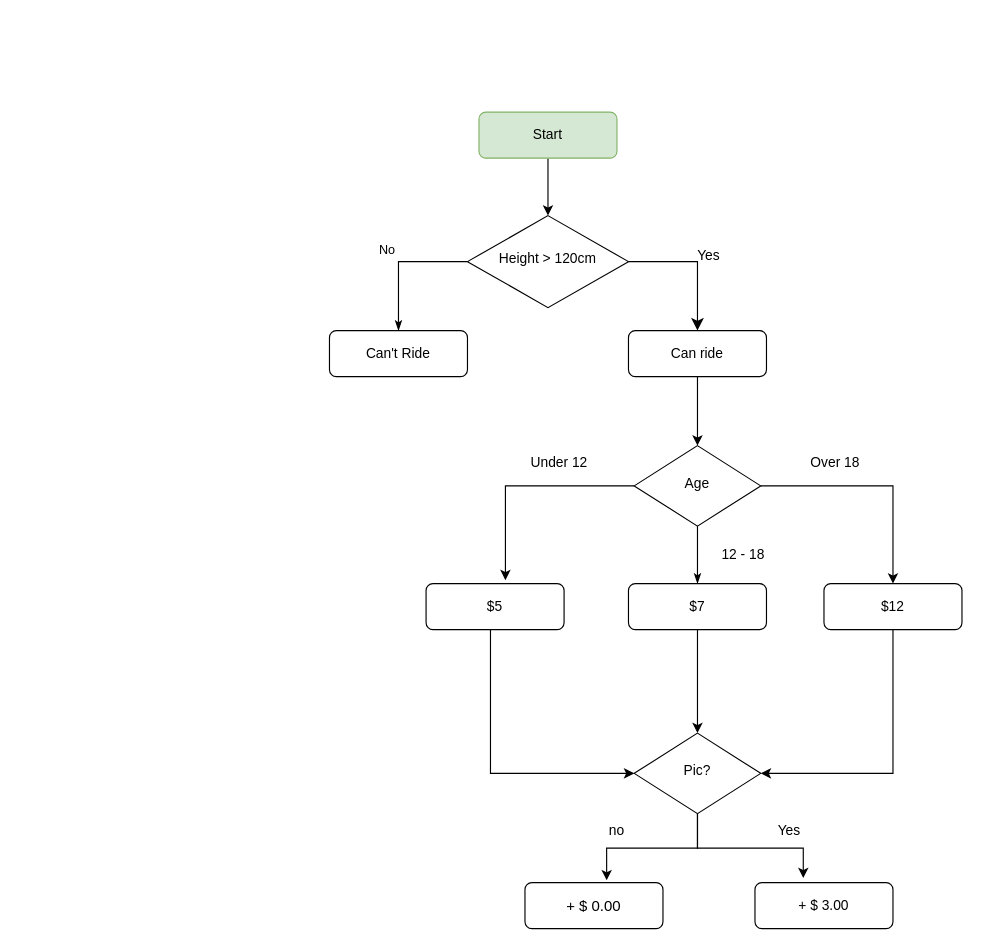
Above: Documents/PythonPizza.drawio in AruGarcia/100DaysOfCode (draw.io), before the change. Source tidied: cells renumbered, new cells numbered last; positions are measured from the earlier drawing's top-left corner, leaving out a move shared by most shapes. Both pictures are drawn from the tidied source at 115%, with x=0, y=0 at pixel (329, 112).
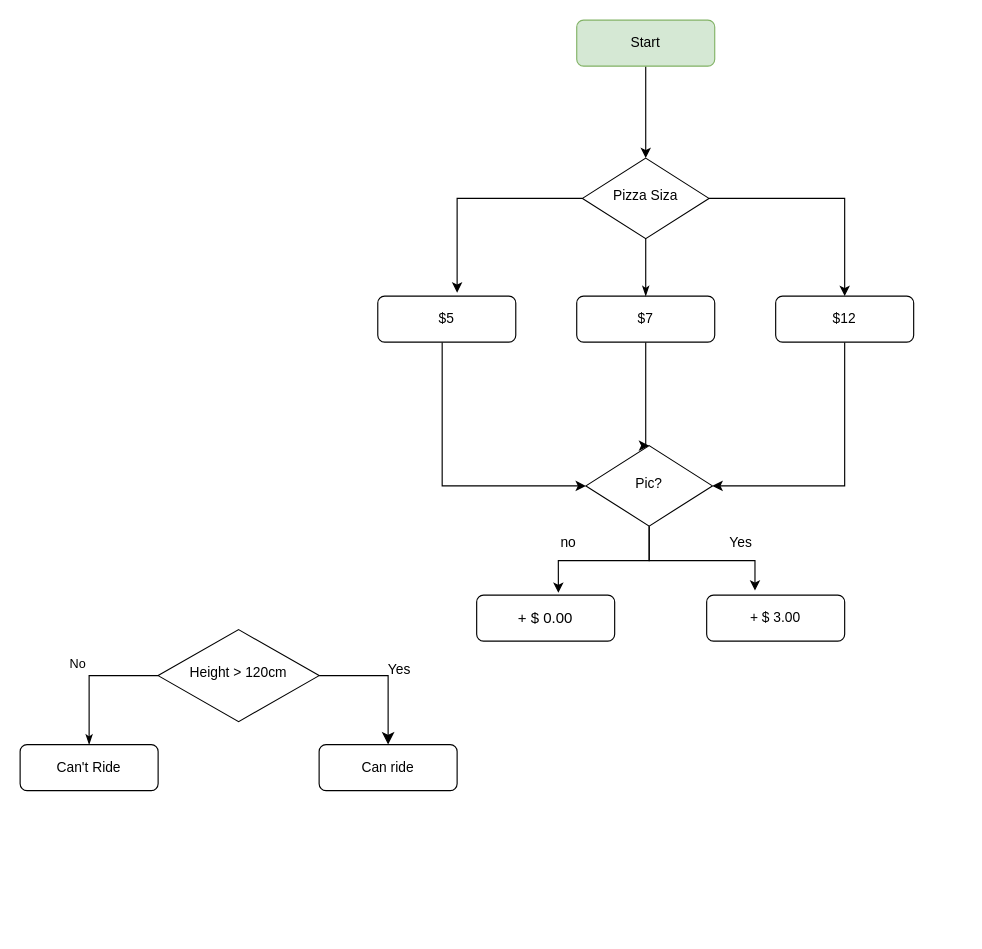
After the change.

Diff of the diagram source:
```diff
@@
-    <mxCell id="2" style="edgeStyle=orthogonalEdgeStyle;rounded=0;jettySize=auto;html=1;entryX=0.5;entryY=0;entryDx=0;entryDy=0;" parent="1" edge="1" source="3" target="5">
-      <mxGeometry relative="1" as="geometry" />
-    </mxCell>
+    <mxCell id="37" style="edgeStyle=orthogonalEdgeStyle;rounded=0;jettySize=auto;html=1;entryX=0.5;entryY=0;entryDx=0;entryDy=0;" parent="1" edge="1" source="3" target="8">
+      <mxGeometry relative="1" as="geometry" />
+    </mxCell>
     <mxCell id="3" value="Start" style="rounded=1;whiteSpace=wrap;html=1;fontSize=12;glass=0;strokeWidth=1;shadow=0;fillColor=#d5e8d4;strokeColor=#82b366;" parent="1" vertex="1">
-      <mxGeometry x="130" width="120" height="40" as="geometry" />
+      <mxGeometry x="215" y="-80" width="120" height="40" as="geometry" />
     </mxCell>
@@
     <mxCell id="5" value="Height &amp;gt; 120cm" style="rhombus;whiteSpace=wrap;html=1;shadow=0;fontFamily=Helvetica;fontSize=12;align=center;strokeWidth=1;spacing=6;spacingTop=-4;" parent="1" vertex="1">
-      <mxGeometry x="120" y="90" width="140" height="80" as="geometry" />
+      <mxGeometry x="-149" y="450" width="140" height="80" as="geometry" />
     </mxCell>
-    <mxCell id="6" style="edgeStyle=orthogonalEdgeStyle;rounded=0;jettySize=auto;html=1;entryX=0.5;entryY=0;entryDx=0;entryDy=0;endArrow=classic;endFill=1;" parent="1" edge="1" source="7" target="8">
-      <mxGeometry relative="1" as="geometry" />
-    </mxCell>
     <mxCell id="7" value="Can ride" style="rounded=1;whiteSpace=wrap;html=1;fontSize=12;glass=0;strokeWidth=1;shadow=0;" parent="1" vertex="1">
-      <mxGeometry x="260" y="190" width="120" height="40" as="geometry" />
+      <mxGeometry x="-9" y="550" width="120" height="40" as="geometry" />
     </mxCell>
-    <mxCell id="8" value="Age" style="rhombus;whiteSpace=wrap;html=1;shadow=0;fontFamily=Helvetica;fontSize=12;align=center;strokeWidth=1;spacing=6;spacingTop=-4;" parent="1" vertex="1">
-      <mxGeometry x="265" y="290" width="110" height="70" as="geometry" />
+    <mxCell id="8" value="Pizza Siza" style="rhombus;whiteSpace=wrap;html=1;shadow=0;fontFamily=Helvetica;fontSize=12;align=center;strokeWidth=1;spacing=6;spacingTop=-4;" parent="1" vertex="1">
+      <mxGeometry x="220" y="40" width="110" height="70" as="geometry" />
     </mxCell>
     <mxCell id="9" style="edgeStyle=orthogonalEdgeStyle;rounded=0;jettySize=auto;html=1;entryX=0;entryY=0.5;entryDx=0;entryDy=0;endArrow=classic;endFill=1;" parent="1" edge="1" source="10" target="19">
       <mxGeometry relative="1" as="geometry">
         <Array as="points">
-          <mxPoint x="140" y="575" />
+          <mxPoint x="98" y="325" />
         </Array>
       </mxGeometry>
     </mxCell>
     <mxCell id="10" value="$5" style="rounded=1;whiteSpace=wrap;html=1;fontSize=12;glass=0;strokeWidth=1;shadow=0;" parent="1" vertex="1">
-      <mxGeometry x="84" y="410" width="120" height="40" as="geometry" />
+      <mxGeometry x="42" y="160" width="120" height="40" as="geometry" />
     </mxCell>
     <mxCell id="11" value="Can't Ride" style="rounded=1;whiteSpace=wrap;html=1;fontSize=12;glass=0;strokeWidth=1;shadow=0;" parent="1" vertex="1">
-      <mxGeometry y="190" width="120" height="40" as="geometry" />
+      <mxGeometry x="-269" y="550" width="120" height="40" as="geometry" />
     </mxCell>
     <mxCell id="12" style="edgeStyle=orthogonalEdgeStyle;rounded=0;jettySize=auto;html=1;entryX=0.5;entryY=0;entryDx=0;entryDy=0;endArrow=classic;endFill=1;" parent="1" edge="1" source="13" target="19">
-      <mxGeometry relative="1" as="geometry" />
+      <mxGeometry relative="1" as="geometry">
+        <Array as="points">
+          <mxPoint x="275" y="290" />
+        </Array>
+      </mxGeometry>
     </mxCell>
     <mxCell id="13" value="$7" style="rounded=1;whiteSpace=wrap;html=1;fontSize=12;glass=0;strokeWidth=1;shadow=0;" parent="1" vertex="1">
-      <mxGeometry x="260" y="410" width="120" height="40" as="geometry" />
+      <mxGeometry x="215" y="160" width="120" height="40" as="geometry" />
     </mxCell>
     <mxCell id="14" style="edgeStyle=orthogonalEdgeStyle;rounded=0;jettySize=auto;html=1;entryX=1;entryY=0.5;entryDx=0;entryDy=0;endArrow=classic;endFill=1;" parent="1" edge="1" source="15" target="19">
       <mxGeometry relative="1" as="geometry">
         <Array as="points">
-          <mxPoint x="490" y="575" />
+          <mxPoint x="448" y="325" />
         </Array>
       </mxGeometry>
     </mxCell>
     <mxCell id="15" value="$12" style="rounded=1;whiteSpace=wrap;html=1;fontSize=12;glass=0;strokeWidth=1;shadow=0;" parent="1" vertex="1">
-      <mxGeometry x="430" y="410" width="120" height="40" as="geometry" />
+      <mxGeometry x="388" y="160" width="120" height="40" as="geometry" />
     </mxCell>
     <mxCell id="16" style="group;" parent="1" vertex="1">
-      <mxGeometry x="300" y="110" width="60" height="30" as="geometry" />
+      <mxGeometry x="31" y="470" width="60" height="30" as="geometry" />
     </mxCell>
@@
     <mxCell id="19" value="Pic?" style="rhombus;whiteSpace=wrap;html=1;shadow=0;fontFamily=Helvetica;fontSize=12;align=center;strokeWidth=1;spacing=6;spacingTop=-4;" parent="1" vertex="1">
-      <mxGeometry x="265" y="540" width="110" height="70" as="geometry" />
+      <mxGeometry x="223" y="290" width="110" height="70" as="geometry" />
     </mxCell>
     <mxCell id="20" value="&lt;font style=&quot;font-size: 13px;&quot;&gt;+ $ 0.00&lt;/font&gt;" style="rounded=1;whiteSpace=wrap;html=1;fontSize=12;glass=0;strokeWidth=1;shadow=0;" parent="1" vertex="1">
-      <mxGeometry x="170" y="670" width="120" height="40" as="geometry" />
+      <mxGeometry x="128" y="420" width="120" height="40" as="geometry" />
     </mxCell>
     <mxCell id="21" value="+ $ 3.00" style="rounded=1;whiteSpace=wrap;html=1;fontSize=12;glass=0;strokeWidth=1;shadow=0;" parent="1" vertex="1">
-      <mxGeometry x="370" y="670" width="120" height="40" as="geometry" />
+      <mxGeometry x="328" y="420" width="120" height="40" as="geometry" />
     </mxCell>
     <mxCell id="22" style="group;" parent="1" vertex="1">
-      <mxGeometry x="220" y="610" width="60" height="30" as="geometry" />
+      <mxGeometry x="178" y="360" width="60" height="30" as="geometry" />
     </mxCell>
@@
     <mxCell id="25" style="group;" parent="1" vertex="1">
-      <mxGeometry x="370" y="610" width="60" height="30" as="geometry" />
+      <mxGeometry x="328" y="360" width="60" height="30" as="geometry" />
     </mxCell>
@@
-    <mxCell id="28" style="group;" parent="1" vertex="1">
-      <mxGeometry x="330" y="370" width="60" height="30" as="geometry" />
-    </mxCell>
+    <mxCell id="32" style="edgeStyle=orthogonalEdgeStyle;rounded=0;jettySize=auto;html=1;entryX=0.5;entryY=0;entryDx=0;entryDy=0;endArrow=classic;endFill=1;" parent="1" edge="1" source="8" target="15">
+      <mxGeometry relative="1" as="geometry" />
+    </mxCell>
+    <mxCell id="35" style="edgeStyle=orthogonalEdgeStyle;rounded=0;jettySize=auto;html=1;entryX=0.575;entryY=-0.075;entryDx=0;entryDy=0;entryPerimeter=0;endArrow=classic;endFill=1;" parent="1" edge="1" source="8" target="10">
+      <mxGeometry relative="1" as="geometry" />
+    </mxCell>
-    <mxCell id="29" style="edgeStyle=orthogonalEdgeStyle;rounded=0;jettySize=auto;html=1;endArrow=classicThin;endFill=1;" parent="28" edge="1" source="8" target="13">
+    <mxCell id="29" style="edgeStyle=orthogonalEdgeStyle;rounded=0;jettySize=auto;html=1;endArrow=classicThin;endFill=1;" parent="1" edge="1" source="8" target="13">
       <mxGeometry relative="1" as="geometry" />
     </mxCell>
-    <mxCell id="30" value="12 - 18" style="text;strokeColor=none;align=center;fillColor=none;html=1;verticalAlign=middle;whiteSpace=wrap;rounded=0;" parent="28" vertex="1">
-      <mxGeometry width="60" height="30" as="geometry" />
-    </mxCell>
-    <mxCell id="31" style="group;" parent="1" vertex="1">
-      <mxGeometry x="410" y="290" width="60" height="30" as="geometry" />
-    </mxCell>
-    <mxCell id="32" style="edgeStyle=orthogonalEdgeStyle;rounded=0;jettySize=auto;html=1;entryX=0.5;entryY=0;entryDx=0;entryDy=0;endArrow=classic;endFill=1;" parent="31" edge="1" source="8" target="15">
-      <mxGeometry relative="1" as="geometry" />
-    </mxCell>
-    <mxCell id="33" value="Over 18" style="text;strokeColor=none;align=center;fillColor=none;html=1;verticalAlign=middle;whiteSpace=wrap;rounded=0;" parent="31" vertex="1">
-      <mxGeometry width="60" height="30" as="geometry" />
-    </mxCell>
-    <mxCell id="34" style="group;" parent="1" vertex="1">
-      <mxGeometry x="170" y="290" width="60" height="30" as="geometry" />
-    </mxCell>
-    <mxCell id="35" style="edgeStyle=orthogonalEdgeStyle;rounded=0;jettySize=auto;html=1;entryX=0.575;entryY=-0.075;entryDx=0;entryDy=0;entryPerimeter=0;endArrow=classic;endFill=1;" parent="34" edge="1" source="8" target="10">
-      <mxGeometry relative="1" as="geometry" />
-    </mxCell>
-    <mxCell id="36" value="Under 12" style="text;strokeColor=none;align=center;fillColor=none;html=1;verticalAlign=middle;whiteSpace=wrap;rounded=0;" parent="34" vertex="1">
-      <mxGeometry width="60" height="30" as="geometry" />
-    </mxCell>
```
